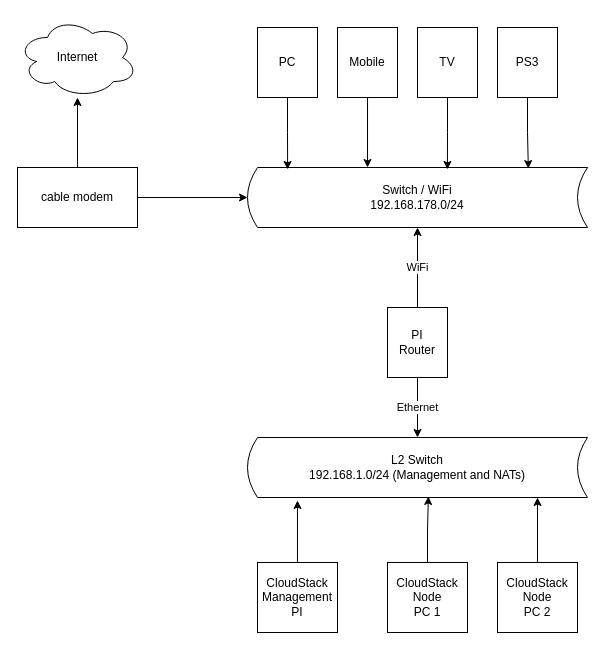
snooops/dbaas-concept keeps this draw.io diagram as home-network-design.drawio. Above is the earlier version. Source tidied: cells renumbered, new cells numbered last; positions are measured from the earlier drawing's top-left corner, leaving out a move shared by most shapes. Both pictures are drawn from the tidied source at 100%, with x=0, y=0 at pixel (17, 17).
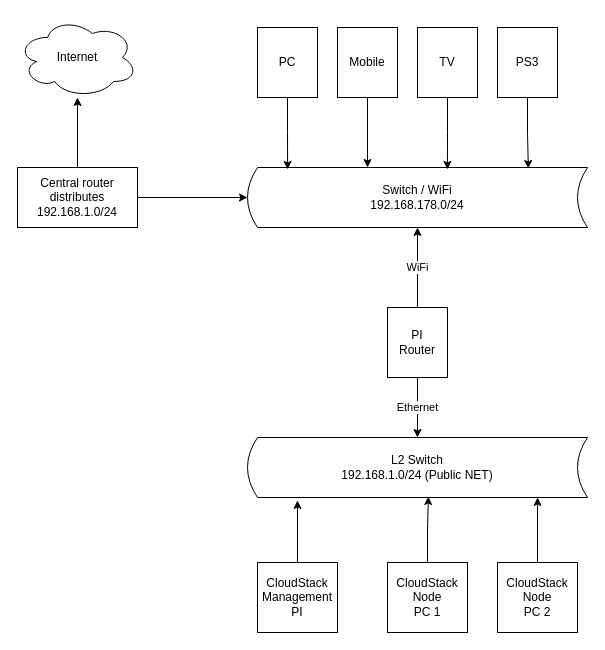
The same page after the edit.

Change to the diagram source:
```diff
@@
-    <mxCell id="4" value="&lt;div&gt;cable modem&lt;/div&gt;" style="rounded=0;whiteSpace=wrap;html=1;" parent="1" vertex="1">
+    <mxCell id="4" value="&lt;div&gt;Central router&lt;/div&gt;&lt;div&gt;distributes 192.168.1.0/24&lt;br&gt;&lt;/div&gt;" style="rounded=0;whiteSpace=wrap;html=1;" parent="1" vertex="1">
       <mxGeometry y="150" width="120" height="60" as="geometry" />
     </mxCell>
@@
-    <mxCell id="18" value="&lt;div&gt;L2 Switch&lt;/div&gt;&lt;div&gt;192.168.1.0/24 (Management and NATs)&lt;br&gt;&lt;/div&gt;" style="shape=dataStorage;whiteSpace=wrap;html=1;fixedSize=1;size=10;" parent="1" vertex="1">
+    <mxCell id="18" value="&lt;div&gt;L2 Switch&lt;/div&gt;&lt;div&gt;192.168.1.0/24 (Public NET)&lt;br&gt;&lt;/div&gt;" style="shape=dataStorage;whiteSpace=wrap;html=1;fixedSize=1;size=10;" parent="1" vertex="1">
       <mxGeometry x="230" y="420" width="340" height="60" as="geometry" />
     </mxCell>
```
